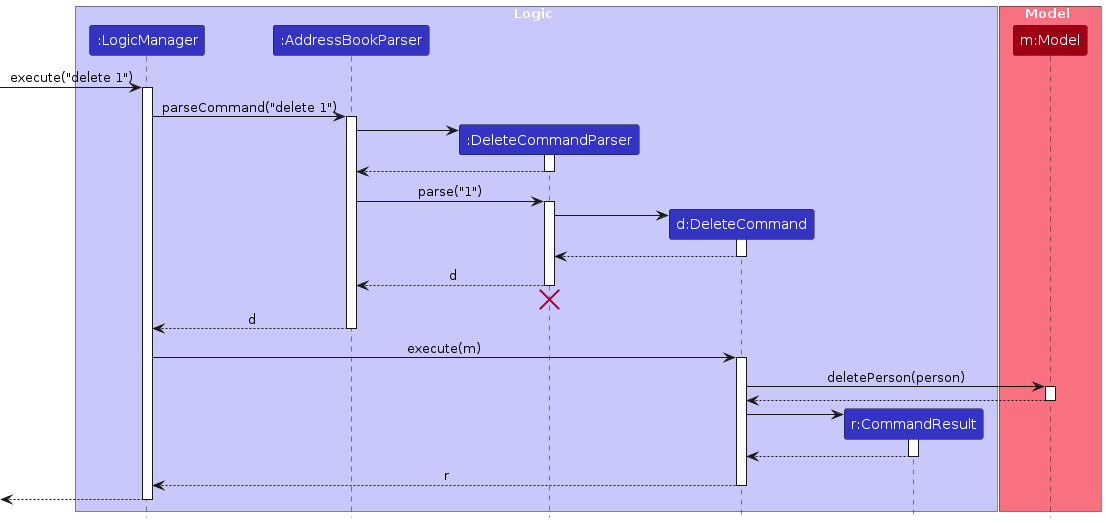
Above: diagrams/DeleteSequenceDiagram.png in AY2627S1-CS2103T-F14a-2/tp (PlantUML), before the change. Its source is kept beside it as diagrams/DeleteSequenceDiagram.puml. Source of this version:
```plantuml
@startuml
!include style.puml
skinparam ArrowFontStyle plain

box Logic LOGIC_COLOR_T1
participant ":LogicManager" as LogicManager LOGIC_COLOR
participant ":AddressBookParser" as AddressBookParser LOGIC_COLOR
participant ":DeleteCommandParser" as DeleteCommandParser LOGIC_COLOR
participant "d:DeleteCommand" as DeleteCommand LOGIC_COLOR
participant "r:CommandResult" as CommandResult LOGIC_COLOR
end box

box Model MODEL_COLOR_T1
participant "m:Model" as Model MODEL_COLOR
end box

[-> LogicManager : execute("delete 1")
activate LogicManager

LogicManager -> AddressBookParser : parseCommand("delete 1")
activate AddressBookParser

create DeleteCommandParser
AddressBookParser -> DeleteCommandParser
activate DeleteCommandParser

DeleteCommandParser --> AddressBookParser
deactivate DeleteCommandParser

AddressBookParser -> DeleteCommandParser : parse("1")
activate DeleteCommandParser

create DeleteCommand
DeleteCommandParser -> DeleteCommand
activate DeleteCommand

DeleteCommand --> DeleteCommandParser :
deactivate DeleteCommand

DeleteCommandParser --> AddressBookParser : d
deactivate DeleteCommandParser
DeleteCommandParser -[hidden]-> AddressBookParser
destroy DeleteCommandParser

AddressBookParser --> LogicManager : d
deactivate AddressBookParser

LogicManager -> DeleteCommand : execute(m)
activate DeleteCommand

DeleteCommand -> Model : deletePerson(person)
activate Model

Model --> DeleteCommand
deactivate Model

create CommandResult
DeleteCommand -> CommandResult
activate CommandResult

CommandResult --> DeleteCommand
deactivate CommandResult

DeleteCommand --> LogicManager : r
deactivate DeleteCommand

[<--LogicManager
deactivate LogicManager
@enduml
```
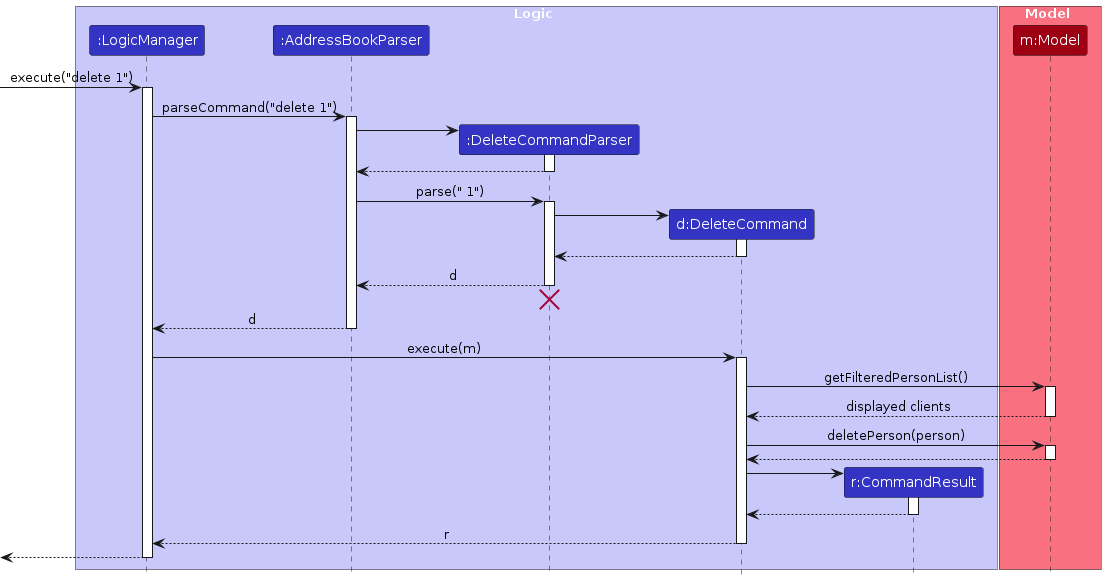
The same file after the commit.

What changed in the source:
```diff
@@ -27,7 +27,7 @@
 DeleteCommandParser --> AddressBookParser
 deactivate DeleteCommandParser
 
-AddressBookParser -> DeleteCommandParser : parse("1")
+AddressBookParser -> DeleteCommandParser : parse(" 1")
 activate DeleteCommandParser
 
 create DeleteCommand
@@ -48,6 +48,12 @@
 LogicManager -> DeleteCommand : execute(m)
 activate DeleteCommand
 
+DeleteCommand -> Model : getFilteredPersonList()
+activate Model
+
+Model --> DeleteCommand : displayed clients
+deactivate Model
+
 DeleteCommand -> Model : deletePerson(person)
 activate Model
 
```
